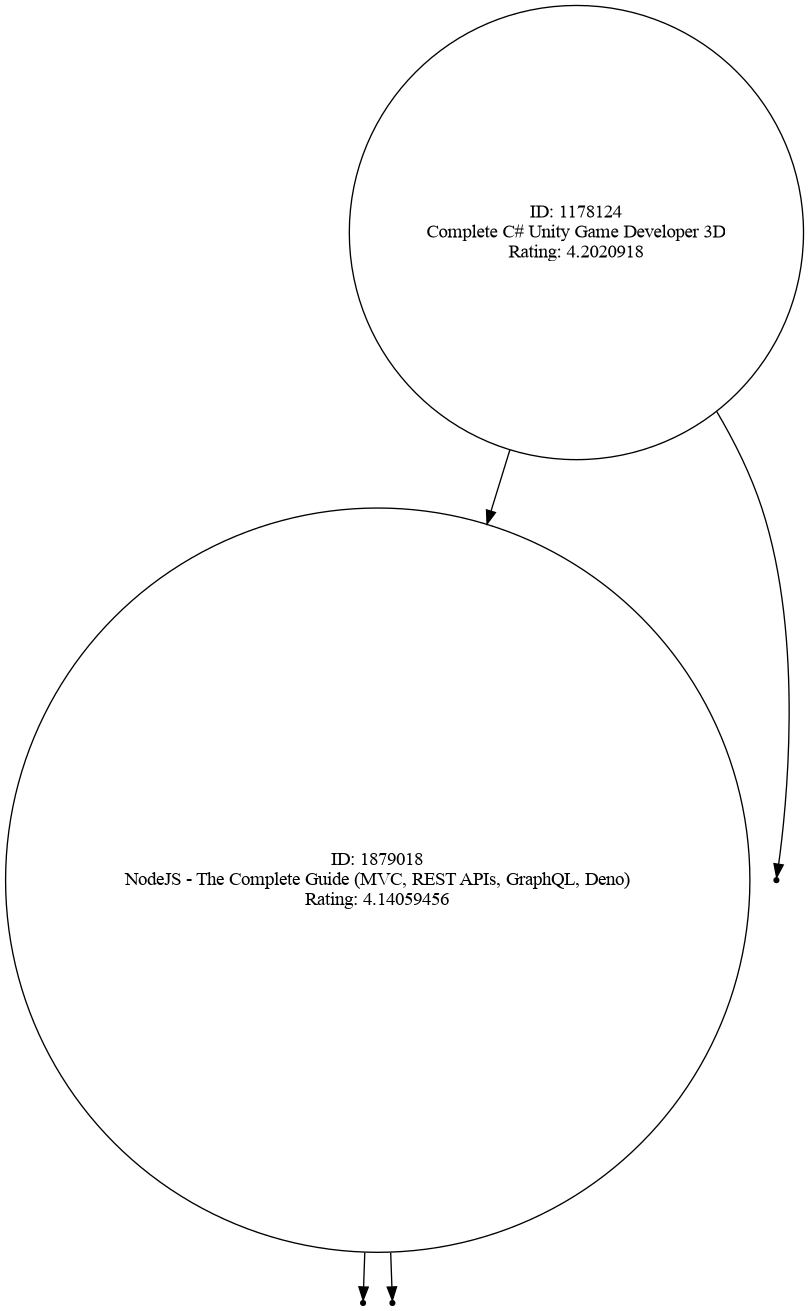
This is arbol.png from EstebanDeLaHoz0501/Laboratorio1ED2, a Graphviz export, as it was before one commit. Its source is kept beside it as arbol.dot.
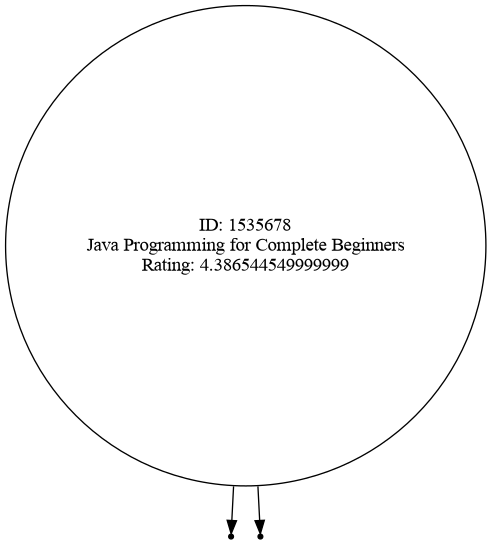
Above is the later version.

Change to the diagram source:
```diff
@@ -1,13 +1,9 @@
 digraph AVL {
 node [shape=circle];
 rankdir=TB;
-1178124 [label="ID: 1178124\nComplete C# Unity Game Developer 3D\nRating: 4.2020918"];
-1178124 -> 1879018;
-1879018 [label="ID: 1879018\nNodeJS - The Complete Guide (MVC, REST APIs, GraphQL, Deno)\nRating: 4.14059456"];
-nullL1879018 [shape=point];
-1879018 -> nullL1879018;
-nullR1879018 [shape=point];
-1879018 -> nullR1879018;
-nullR1178124 [shape=point];
-1178124 -> nullR1178124;
+1535678 [label="ID: 1535678\nJava Programming for Complete Beginners\nRating: 4.386544549999999"];
+nullL1535678 [shape=point];
+1535678 -> nullL1535678;
+nullR1535678 [shape=point];
+1535678 -> nullR1535678;
 }
```
